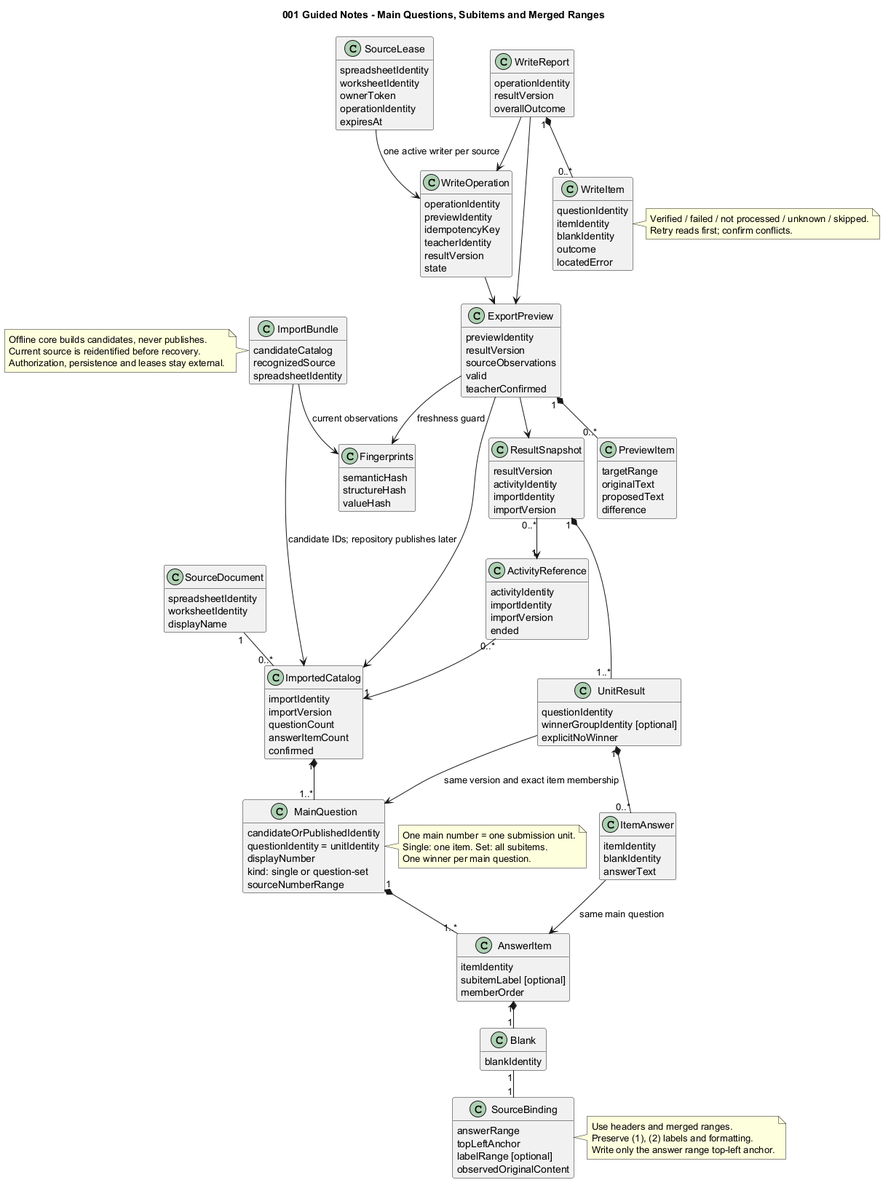
The PlantUML diagram diagrams/001-guided-notes-class.png in Afra0704/se2026-group20-speckit, before a commit.
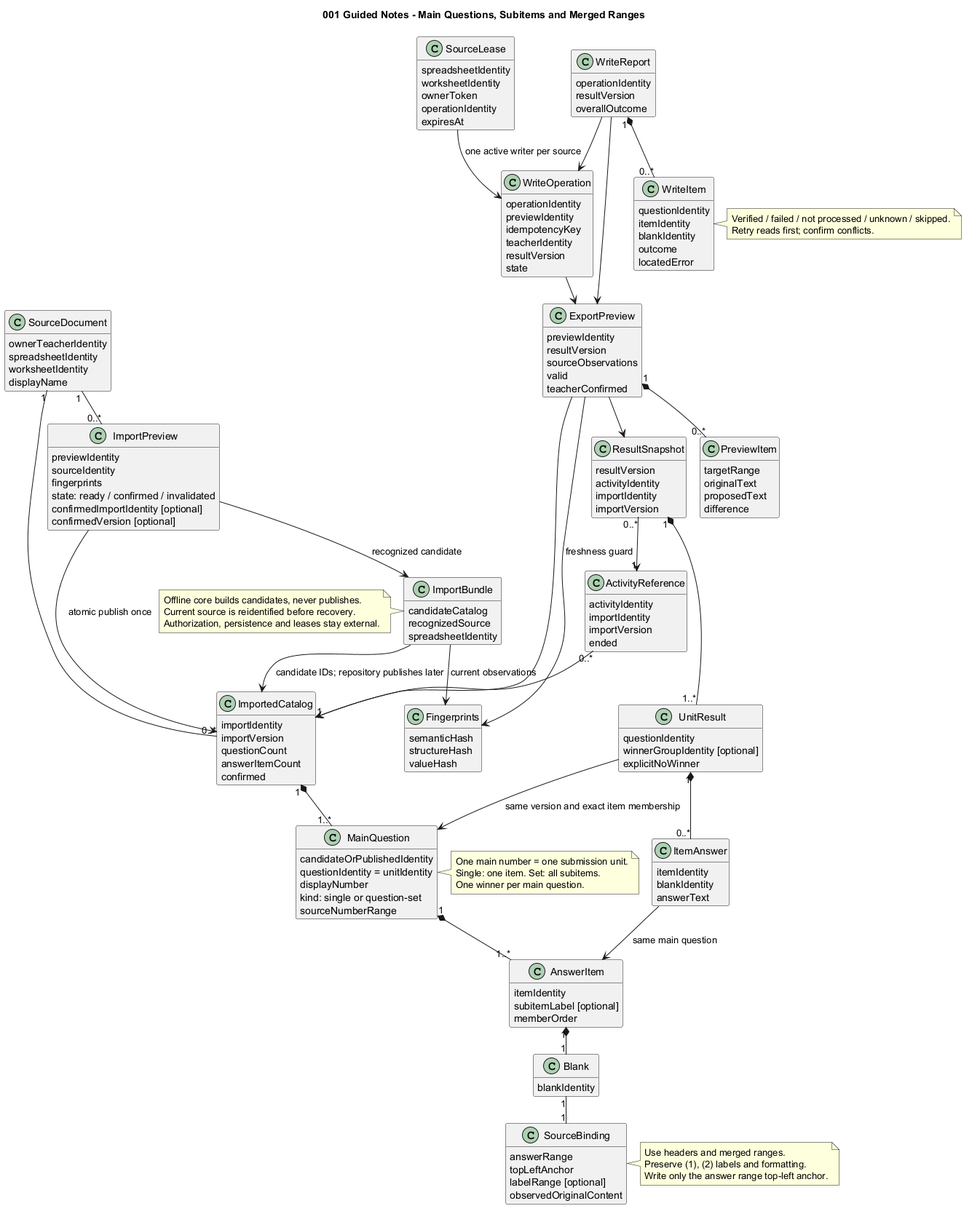
After the commit.

Change to the diagram source:
```diff
@@ -5,6 +5,7 @@
 hide empty methods
 title 001 Guided Notes - Main Questions, Subitems and Merged Ranges
 class SourceDocument {
+ ownerTeacherIdentity
  spreadsheetIdentity
  worksheetIdentity
  displayName
@@ -15,6 +16,14 @@
  questionCount
  answerItemCount
  confirmed
+}
+class ImportPreview {
+ previewIdentity
+ sourceIdentity
+ fingerprints
+ state: ready / confirmed / invalidated
+ confirmedImportIdentity [optional]
+ confirmedVersion [optional]
 }
 class MainQuestion {
  candidateOrPublishedIdentity
@@ -110,6 +119,9 @@
  locatedError
 }
 SourceDocument "1" -- "0..*" ImportedCatalog
+SourceDocument "1" -- "0..*" ImportPreview
+ImportPreview --> ImportBundle : recognized candidate
+ImportPreview --> ImportedCatalog : atomic publish once
 ImportBundle --> ImportedCatalog : candidate IDs; repository publishes later
 ImportBundle --> Fingerprints : current observations
 ExportPreview --> Fingerprints : freshness guard
```
